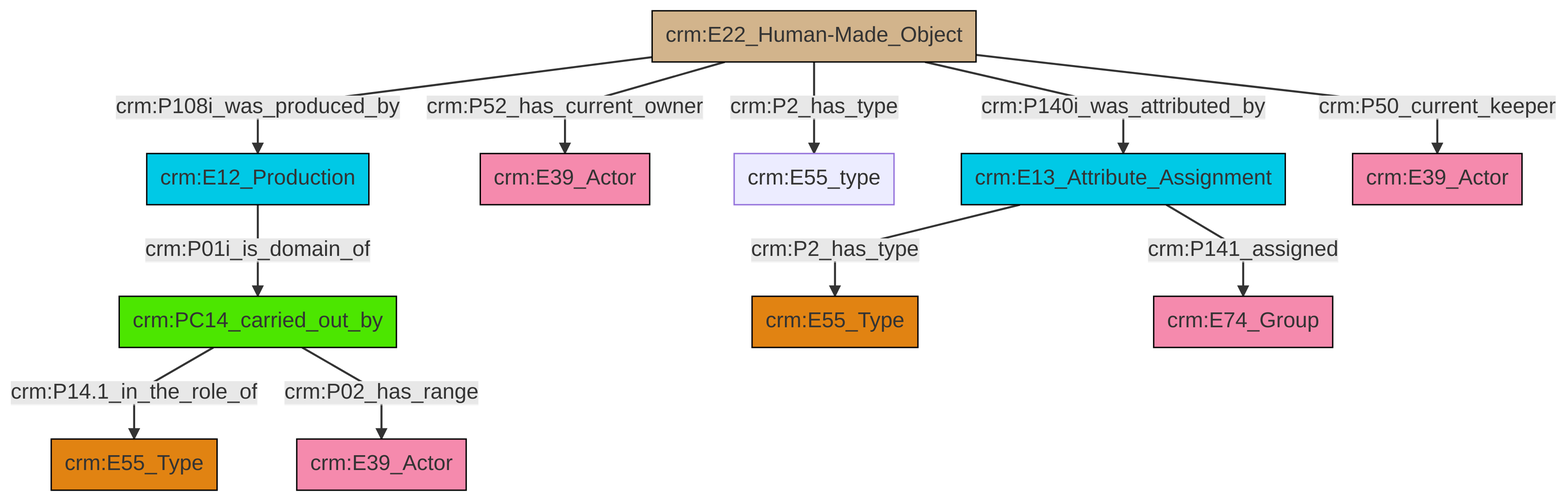
The Mermaid diagram et/artworkCSV/ttl/mmd/png/Artwork_Actor_Relations.png in swiss-art-research-net/docs.swissartresearch, before a commit. Its source is kept beside it as et/artworkCSV/ttl/mmd/Artwork_Actor_Relations.ttl.mmd.
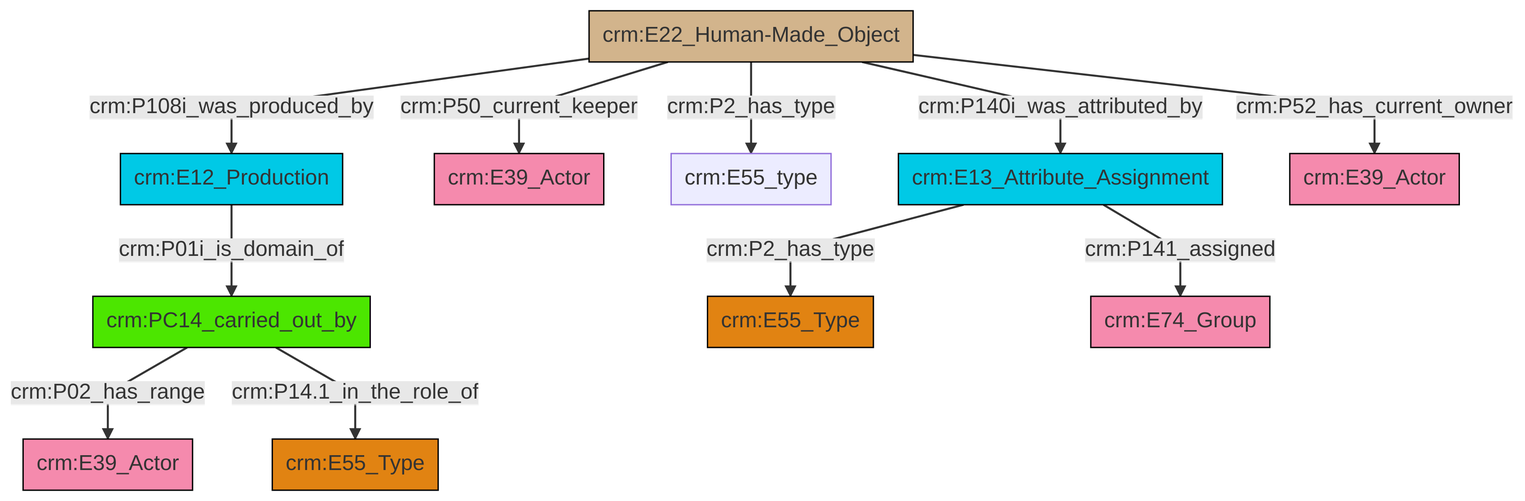
Later version of the same file.

What changed in the source:
```diff
@@ -13,13 +13,13 @@
 classDef PC_Classes fill:#4ce600, stroke:#000000;
 classDef Multi fill:#cccccc,stroke:#000000;
 
-0["crm:E22_Human-Made_Object"]:::Physical_Thing -->|crm:P108i_was_produced_by| 1["crm:E12_Production"]:::Temporal_Entity
-4["crm:E13_Attribute_Assignment"]:::Temporal_Entity -->|crm:P2_has_type| 5["crm:E55_Type"]:::Type
-6["crm:PC14_carried_out_by"]:::PC_Classes -->|crm:P14.1_in_the_role_of| 10["crm:E55_Type"]:::Type
-0["crm:E22_Human-Made_Object"]:::Physical_Thing -->|crm:P52_has_current_owner| 11["crm:E39_Actor"]:::Actor
-0["crm:E22_Human-Made_Object"]:::Physical_Thing -->|crm:P2_has_type| 12["crm:E55_type"]:::Default
-4["crm:E13_Attribute_Assignment"]:::Temporal_Entity -->|crm:P141_assigned| 16["crm:E74_Group"]:::Actor
-0["crm:E22_Human-Made_Object"]:::Physical_Thing -->|crm:P140i_was_attributed_by| 4["crm:E13_Attribute_Assignment"]:::Temporal_Entity
-6["crm:PC14_carried_out_by"]:::PC_Classes -->|crm:P02_has_range| 17["crm:E39_Actor"]:::Actor
-0["crm:E22_Human-Made_Object"]:::Physical_Thing -->|crm:P50_current_keeper| 2["crm:E39_Actor"]:::Actor
-1["crm:E12_Production"]:::Temporal_Entity -->|crm:P01i_is_domain_of| 6["crm:PC14_carried_out_by"]:::PC_Classes
+0["crm:E12_Production"]:::Temporal_Entity -->|crm:P01i_is_domain_of| 1["crm:PC14_carried_out_by"]:::PC_Classes
+1["crm:PC14_carried_out_by"]:::PC_Classes -->|crm:P02_has_range| 3["crm:E39_Actor"]:::Actor
+1["crm:PC14_carried_out_by"]:::PC_Classes -->|crm:P14.1_in_the_role_of| 4["crm:E55_Type"]:::Type
+5["crm:E22_Human-Made_Object"]:::Physical_Thing -->|crm:P50_current_keeper| 6["crm:E39_Actor"]:::Actor
+9["crm:E13_Attribute_Assignment"]:::Temporal_Entity -->|crm:P2_has_type| 10["crm:E55_Type"]:::Type
+5["crm:E22_Human-Made_Object"]:::Physical_Thing -->|crm:P52_has_current_owner| 11["crm:E39_Actor"]:::Actor
+9["crm:E13_Attribute_Assignment"]:::Temporal_Entity -->|crm:P141_assigned| 16["crm:E74_Group"]:::Actor
+5["crm:E22_Human-Made_Object"]:::Physical_Thing -->|crm:P140i_was_attributed_by| 9["crm:E13_Attribute_Assignment"]:::Temporal_Entity
+5["crm:E22_Human-Made_Object"]:::Physical_Thing -->|crm:P2_has_type| 7["crm:E55_type"]:::Default
+5["crm:E22_Human-Made_Object"]:::Physical_Thing -->|crm:P108i_was_produced_by| 0["crm:E12_Production"]:::Temporal_Entity
```
